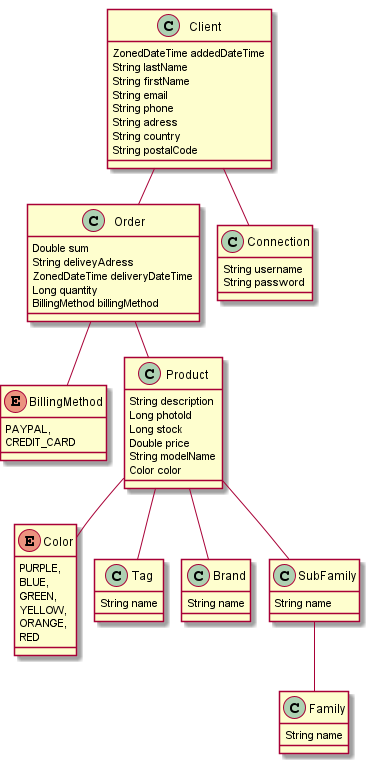
The PlantUML diagram jhipster-jdl.png in M4jor-Tom/JHipsterExercise, before a commit.
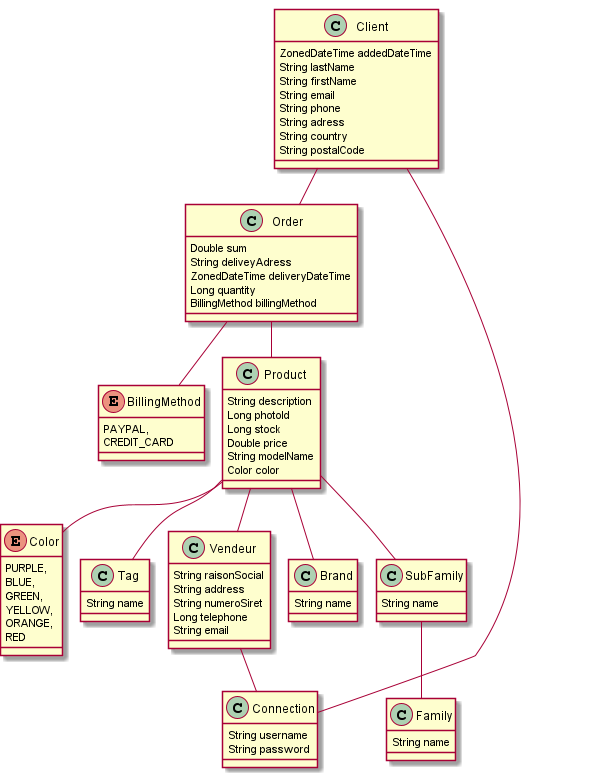
The same diagram one commit later.

Commit message:
Modif script JDL

Ajout table vendeur

The edit, as a diff of the source:
```diff
@@ -39,6 +39,13 @@
 	class Tag  {
 		String name
 	}
+	class Vendeur  {
+		String raisonSocial
+		String address
+		String numeroSiret
+		Long telephone
+		String email
+	}
 	enum Color {
 		PURPLE,
 		BLUE,
@@ -57,10 +64,12 @@
 		String name
 	}
 	Product  "tags 0..* " o--o "products 0..* "  Tag
+	Order  "products 0..* " o--o "order 0..* "  Product
 	Product  "subFamily 0..* " o-- "0..1 "  SubFamily
 	SubFamily  "family 0..* " o-- "0..1 "  Family
 	Product  "brand 0..* " o-- "0..1 "  Brand
-	Order  "products 0..* " o--o "order 0..* "  Product
+	Product  "vendeur 0..* " o-- "product 0..1 "  Vendeur
 	Client  "order 0..1 " --o "0..* "  Order
 	Client  "connection 0..1 " -- "0..1 "  Connection
+	Vendeur  "connection 0..1 " -- "0..1 "  Connection
 @enduml
```
